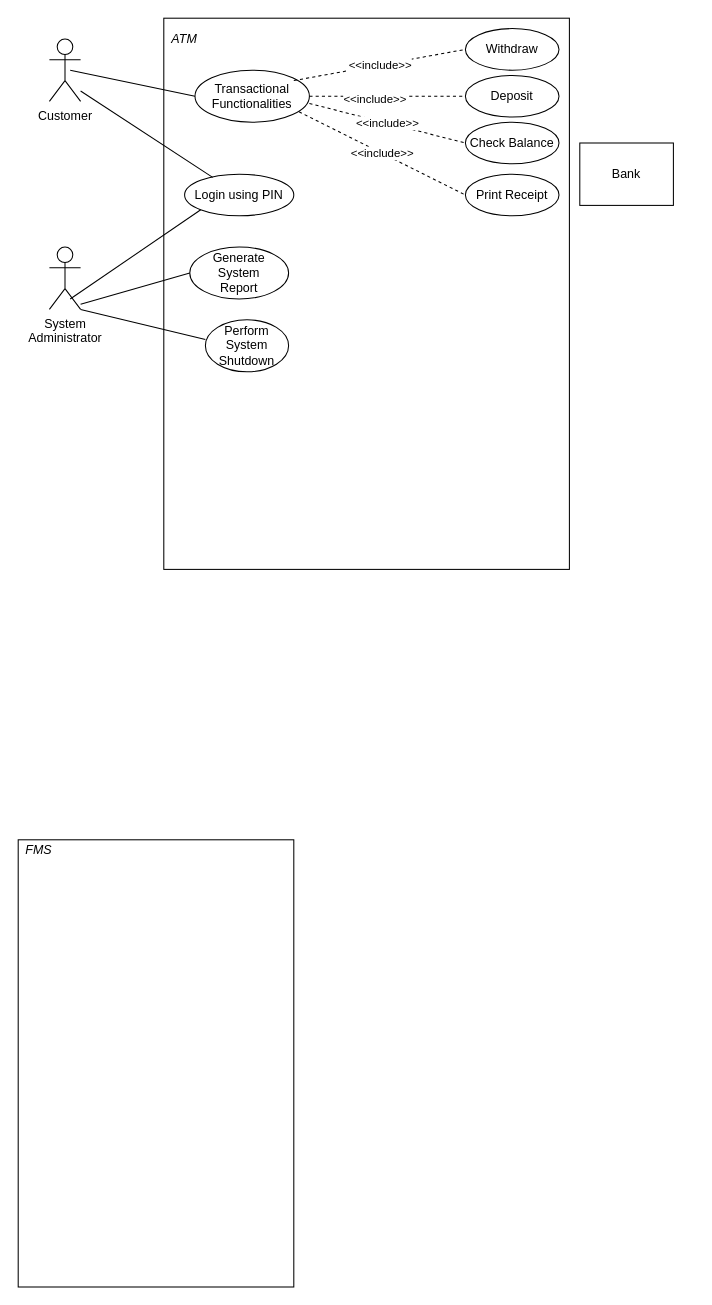
Above: page "Page-1" (1 of 2) of Lab3P1.drawio in ImBrent/ClassWork (draw.io), before the change. Source tidied: cells renumbered, new cells numbered last; positions are measured from the earlier drawing's top-left corner, leaving out a move shared by most shapes. Both pictures are drawn from the tidied source at 104%, with x=0, y=0 at pixel (18, 18).
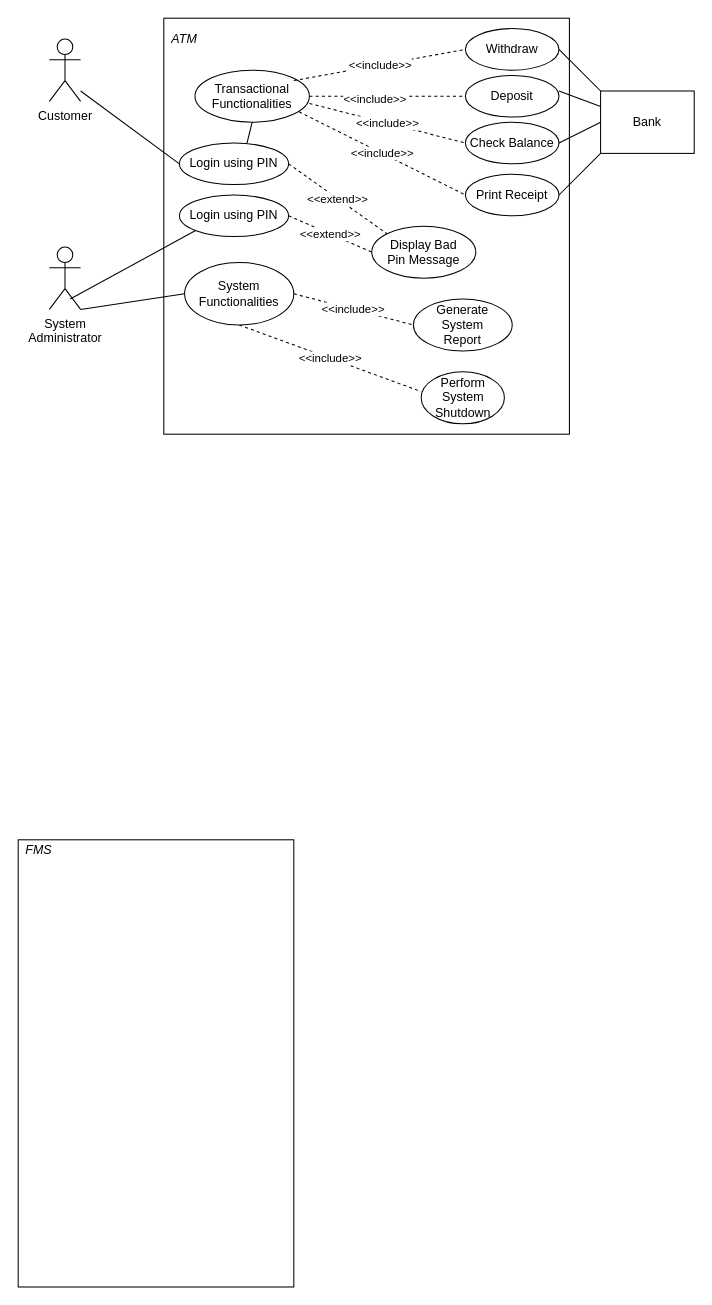
After the change.

Unchanged cells that the change refers to:
```xml
<mxCell id="7" value="&lt;div&gt;Transactional&lt;/div&gt;&lt;div&gt;Functionalities&lt;br&gt;&lt;/div&gt;" style="ellipse;whiteSpace=wrap;html=1;" parent="1" vertex="1">
  <mxGeometry x="170" y="50" width="110" height="50" as="geometry" />
</mxCell>
```

Diff of the diagram source:
```diff
@@
     <mxCell id="2" style="rounded=0;whiteSpace=wrap;html=1;" parent="1" vertex="1">
-      <mxGeometry x="140" width="390" height="530" as="geometry" />
+      <mxGeometry x="140" width="390" height="400" as="geometry" />
     </mxCell>
@@
     <mxCell id="6" value="Login using PIN" style="ellipse;whiteSpace=wrap;html=1;" parent="1" vertex="1">
-      <mxGeometry x="160" y="150" width="105" height="40" as="geometry" />
+      <mxGeometry x="155" y="170" width="105" height="40" as="geometry" />
     </mxCell>
@@
-    <mxCell id="10" style="endArrow=none;html=1;entryX=0.257;entryY=0.075;entryDx=0;entryDy=0;entryPerimeter=0;" parent="1" edge="1" target="6">
+    <mxCell id="10" style="endArrow=none;html=1;entryX=0;entryY=0.5;entryDx=0;entryDy=0;" parent="1" edge="1" target="27">
       <mxGeometry relative="1" as="geometry">
         <mxPoint x="60" y="70" as="sourcePoint" />
       </mxGeometry>
     </mxCell>
@@
     <mxCell id="12" value="Bank" style="rounded=0;whiteSpace=wrap;html=1;" parent="1" vertex="1">
-      <mxGeometry x="540" y="120" width="90" height="60" as="geometry" />
+      <mxGeometry x="560" y="70" width="90" height="60" as="geometry" />
     </mxCell>
-    <mxCell id="13" style="endArrow=none;html=1;entryX=0;entryY=0.5;entryDx=0;entryDy=0;" parent="1" edge="1" target="7">
-      <mxGeometry relative="1" as="geometry">
-        <mxPoint x="50" y="50" as="sourcePoint" />
-      </mxGeometry>
-    </mxCell>
@@
     <mxCell id="23" value="&lt;div&gt;Generate&lt;/div&gt;&lt;div&gt;System&lt;/div&gt;&lt;div&gt;Report&lt;br&gt;&lt;/div&gt;" style="ellipse;whiteSpace=wrap;html=1;" parent="1" vertex="1">
-      <mxGeometry x="165" y="220" width="95" height="50" as="geometry" />
+      <mxGeometry x="380" y="270" width="95" height="50" as="geometry" />
     </mxCell>
-    <mxCell id="24" style="endArrow=none;html=1;entryX=0;entryY=0.5;entryDx=0;entryDy=0;" parent="1" edge="1" target="23">
-      <mxGeometry relative="1" as="geometry">
-        <mxPoint x="60" y="275" as="sourcePoint" />
-      </mxGeometry>
+    <mxCell id="24" value="&amp;lt;&amp;lt;include&amp;gt;&amp;gt;" style="endArrow=none;html=1;entryX=0;entryY=0.5;entryDx=0;entryDy=0;exitX=1;exitY=0.5;exitDx=0;exitDy=0;dashed=1;" parent="1" edge="1" source="36" target="23">
+      <mxGeometry relative="1" as="geometry" />
     </mxCell>
     <mxCell id="25" value="&lt;div&gt;Perform &lt;br&gt;&lt;/div&gt;&lt;div&gt;System&lt;/div&gt;&lt;div&gt;Shutdown&lt;br&gt;&lt;/div&gt;" style="ellipse;whiteSpace=wrap;html=1;" parent="1" vertex="1">
-      <mxGeometry x="180" y="290" width="80" height="50" as="geometry" />
+      <mxGeometry x="387.5" y="340" width="80" height="50" as="geometry" />
     </mxCell>
-    <mxCell id="26" style="endArrow=none;html=1;entryX=0;entryY=0.38;entryDx=0;entryDy=0;entryPerimeter=0;" parent="1" edge="1" target="25">
-      <mxGeometry relative="1" as="geometry">
-        <mxPoint x="60" y="280" as="sourcePoint" />
-      </mxGeometry>
+    <mxCell id="26" value="&amp;lt;&amp;lt;include&amp;gt;&amp;gt;" style="endArrow=none;html=1;entryX=0;entryY=0.38;entryDx=0;entryDy=0;entryPerimeter=0;exitX=0.5;exitY=1;exitDx=0;exitDy=0;dashed=1;" parent="1" edge="1" source="36" target="25">
+      <mxGeometry relative="1" as="geometry" />
     </mxCell>
+    <mxCell id="27" value="Login using PIN" style="ellipse;whiteSpace=wrap;html=1;" parent="1" vertex="1">
+      <mxGeometry x="155" y="120" width="105" height="40" as="geometry" />
+    </mxCell>
+    <mxCell id="28" style="endArrow=none;html=1;entryX=0;entryY=0;entryDx=0;entryDy=0;" parent="1" edge="1" target="12">
+      <mxGeometry relative="1" as="geometry">
+        <mxPoint x="520" y="30" as="sourcePoint" />
+      </mxGeometry>
+    </mxCell>
+    <mxCell id="29" style="endArrow=none;html=1;entryX=0;entryY=0.5;entryDx=0;entryDy=0;" parent="1" edge="1" target="12">
+      <mxGeometry relative="1" as="geometry">
+        <mxPoint x="520" y="120" as="sourcePoint" />
+      </mxGeometry>
+    </mxCell>
+    <mxCell id="30" style="endArrow=none;html=1;entryX=0;entryY=0.25;entryDx=0;entryDy=0;" parent="1" edge="1" target="12">
+      <mxGeometry relative="1" as="geometry">
+        <mxPoint x="520" y="70" as="sourcePoint" />
+      </mxGeometry>
+    </mxCell>
+    <mxCell id="31" style="endArrow=none;html=1;entryX=0;entryY=1;entryDx=0;entryDy=0;" parent="1" edge="1" target="12">
+      <mxGeometry relative="1" as="geometry">
+        <mxPoint x="520" y="170" as="sourcePoint" />
+      </mxGeometry>
+    </mxCell>
+    <mxCell id="32" style="endArrow=none;html=1;entryX=0.5;entryY=1;entryDx=0;entryDy=0;" parent="1" edge="1" target="7">
+      <mxGeometry relative="1" as="geometry">
+        <mxPoint x="220" y="120" as="sourcePoint" />
+      </mxGeometry>
+    </mxCell>
+    <mxCell id="33" value="&lt;div&gt;Display Bad&lt;/div&gt;&lt;div&gt;Pin Message&lt;br&gt;&lt;/div&gt;" style="ellipse;whiteSpace=wrap;html=1;" parent="1" vertex="1">
+      <mxGeometry x="340" y="200" width="100" height="50" as="geometry" />
+    </mxCell>
+    <mxCell id="34" value="&amp;lt;&amp;lt;extend&amp;gt;&amp;gt;" style="endArrow=none;dashed=1;html=1;entryX=0;entryY=0;entryDx=0;entryDy=0;" parent="1" edge="1" target="33">
+      <mxGeometry relative="1" as="geometry">
+        <mxPoint x="260" y="140" as="sourcePoint" />
+      </mxGeometry>
+    </mxCell>
+    <mxCell id="35" value="&amp;lt;&amp;lt;extend&amp;gt;&amp;gt;" style="endArrow=none;dashed=1;html=1;entryX=0;entryY=0.5;entryDx=0;entryDy=0;" parent="1" edge="1" target="33">
+      <mxGeometry relative="1" as="geometry">
+        <mxPoint x="260" y="190" as="sourcePoint" />
+      </mxGeometry>
+    </mxCell>
+    <mxCell id="36" value="&lt;div&gt;System&lt;/div&gt;&lt;div&gt;Functionalities&lt;br&gt;&lt;/div&gt;" style="ellipse;whiteSpace=wrap;html=1;" parent="1" vertex="1">
+      <mxGeometry x="160" y="235" width="105" height="60" as="geometry" />
+    </mxCell>
+    <mxCell id="37" style="endArrow=none;html=1;entryX=0;entryY=0.5;entryDx=0;entryDy=0;" parent="1" edge="1" target="36">
+      <mxGeometry relative="1" as="geometry">
+        <mxPoint x="60" y="280" as="sourcePoint" />
+      </mxGeometry>
+    </mxCell>
```
